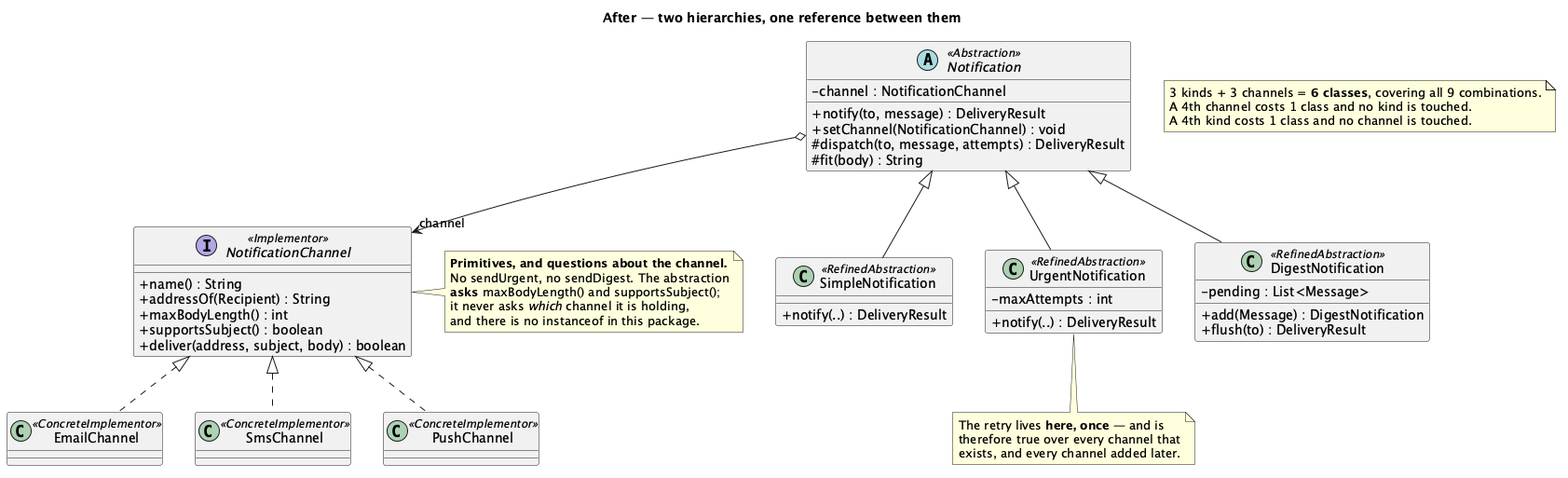
Above: src/main/java/dev/kaldiroglu/dp/structural/bridge/notifications/solution/uml/Bridge - Notifications (Solution) - Class Diagram.png in kaldiroglu/DesignPatternsWithJava (PlantUML), before the change.
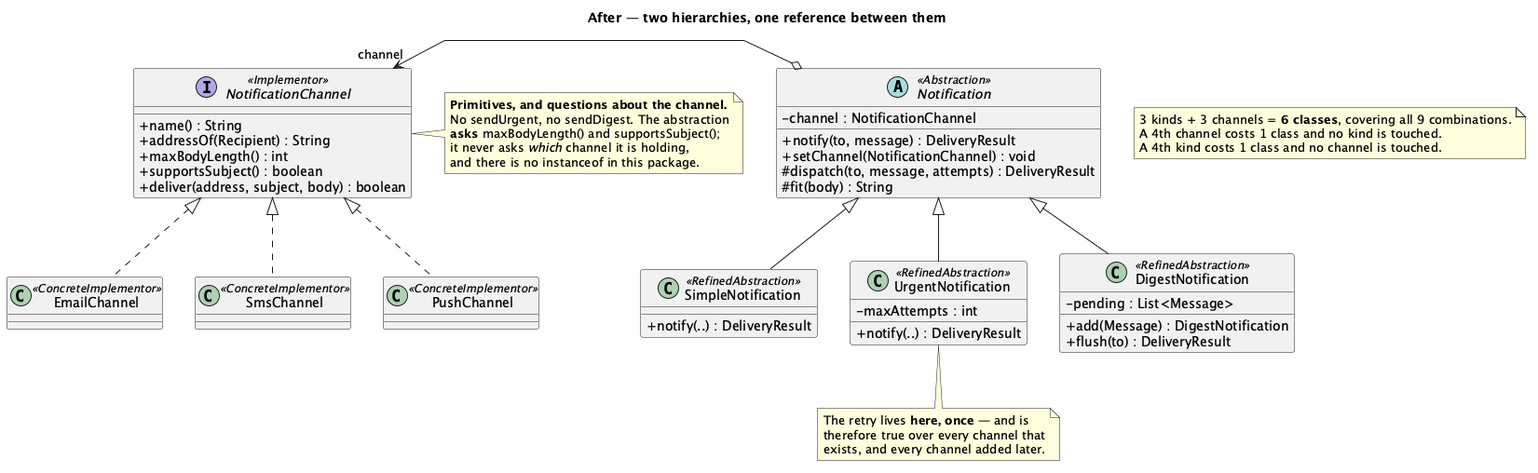
The same file after the commit.

The edit, as a diff of the source:
```diff
@@ -1,4 +1,5 @@
-@startuml "Bridge - Notifications (Solution) - Class Diagram"
+@startuml
+skinparam linetype polyline
 skinparam classAttributeIconSize 0
 title After — two hierarchies, one reference between them
 
@@ -36,7 +37,6 @@
 class SmsChannel <<ConcreteImplementor>>
 class PushChannel <<ConcreteImplementor>>
 
-Notification o--> "channel" NotificationChannel
 Notification <|-- SimpleNotification
 Notification <|-- UrgentNotification
 Notification <|-- DigestNotification
@@ -64,4 +64,5 @@
   A 4th kind costs 1 class and no channel is touched.
 end note
 
+Notification o-[norank]-> "channel" NotificationChannel
 @enduml
```
